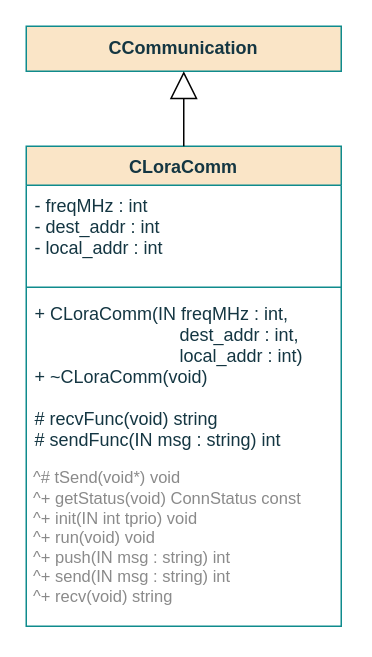
Before: page "Class" (1 of 4) of documentation/flowcharts/02Classes/CLoraComm.drawio in ESRGgroup9/slipad, a draw.io diagram. Source tidied: cells renumbered, new cells numbered last; positions are measured from the earlier drawing's top-left corner, leaving out a move shared by most shapes. Both pictures are drawn from the tidied source at 150%, with x=0, y=0 at pixel (26, 26).
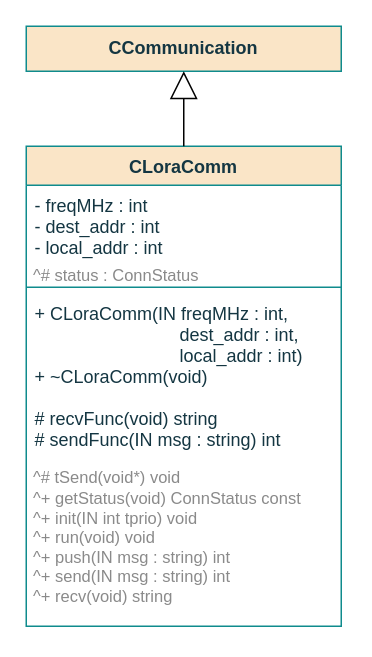
The same diagram, later.

Change to the diagram source:
```diff
@@
 <mxGraphModel>
   <root>
     <mxCell id="0" />
     <mxCell id="1" parent="0" />
     <mxCell id="2" value="CLoraComm" style="swimlane;fontStyle=1;align=center;verticalAlign=top;horizontal=1;startSize=26;fillColor=#FAE5C7;strokeColor=#0F8B8D;fontColor=#143642;" parent="1" vertex="1">
       <mxGeometry y="80" width="210" height="320" as="geometry" />
     </mxCell>
     <mxCell id="3" value="- freqMHz : int&#10;- dest_addr : int&#10;- local_addr : int&#10;&#10;&#10;&#10;&#10;&#10;" style="text;strokeColor=none;fillColor=none;align=left;verticalAlign=top;spacingLeft=4;spacingRight=4;overflow=hidden;fontColor=#143642;" parent="2" vertex="1">
       <mxGeometry y="26" width="210" height="64" as="geometry" />
     </mxCell>
     <mxCell id="4" style="line;strokeWidth=1;fillColor=none;align=left;verticalAlign=middle;spacingTop=-1;spacingLeft=3;spacingRight=3;labelPosition=right;labelBackgroundColor=#DAD2D8;strokeColor=#0F8B8D;fontColor=#143642;" parent="2" vertex="1">
       <mxGeometry y="90" width="210" height="8" as="geometry" />
     </mxCell>
     <mxCell id="5" value="+ CLoraComm(IN freqMHz : int,&#10;                             dest_addr : int,&#10;                             local_addr : int)&#10;+ ~CLoraComm(void)&#10;&#10;# recvFunc(void) string&#10;# sendFunc(IN msg : string) int &#10;&#10;&#10;&#10;" style="text;strokeColor=none;fillColor=none;align=left;verticalAlign=top;spacingLeft=4;spacingRight=4;overflow=hidden;fontColor=#143642;" parent="2" vertex="1">
       <mxGeometry y="98" width="210" height="222" as="geometry" />
     </mxCell>
     <mxCell id="6" value="CCommunication" style="rounded=0;whiteSpace=wrap;html=1;sketch=0;fontColor=#143642;strokeColor=#0F8B8D;fillColor=#FAE5C7;fontStyle=1;" parent="1" vertex="1">
       <mxGeometry width="210" height="30" as="geometry" />
     </mxCell>
     <mxCell id="7" style="endArrow=block;endSize=16;endFill=0;html=1;rounded=0;exitX=0.5;exitY=0;exitDx=0;exitDy=0;entryX=0.5;entryY=1;entryDx=0;entryDy=0;" parent="1" edge="1" source="2" target="6">
       <mxGeometry relative="1" as="geometry" />
     </mxCell>
     <mxCell id="8" value="&lt;div style=&quot;font-size: 11px&quot;&gt;&lt;font style=&quot;font-size: 11px&quot; color=&quot;#8A8A8A&quot;&gt;^# tSend(void*) void&lt;br&gt;&lt;/font&gt;&lt;/div&gt;&lt;div style=&quot;font-size: 11px&quot;&gt;&lt;font style=&quot;font-size: 11px&quot; color=&quot;#8A8A8A&quot;&gt;^+ getStatus(void) ConnStatus const&lt;br style=&quot;font-size: 11px&quot;&gt;&lt;/font&gt;&lt;/div&gt;&lt;div style=&quot;font-size: 11px&quot;&gt;&lt;div style=&quot;font-size: 11px&quot;&gt;&lt;font style=&quot;font-size: 11px&quot; color=&quot;#8A8A8A&quot;&gt;^+ init(IN int tprio) void&lt;/font&gt;&lt;/div&gt;&lt;font style=&quot;font-size: 11px&quot; color=&quot;#8A8A8A&quot;&gt;^+ run(void) void&lt;/font&gt;&lt;/div&gt;&lt;font style=&quot;font-size: 11px&quot; color=&quot;#8A8A8A&quot;&gt;^+ push(IN msg : string) int&lt;br style=&quot;font-size: 11px&quot;&gt;^+ send(IN msg : string) int&lt;br style=&quot;font-size: 11px&quot;&gt;^+ recv(void) string&lt;/font&gt;" style="text;html=1;align=left;verticalAlign=middle;strokeColor=none;fillColor=none;opacity=10;fontSize=11;" parent="1" vertex="1">
       <mxGeometry x="3" y="286" width="210" height="110" as="geometry" />
     </mxCell>
+    <mxCell id="9" value="&lt;br&gt;&lt;div&gt;&lt;font style=&quot;font-size: 11px&quot; color=&quot;#8A8A8A&quot;&gt;^# status : ConnStatus&lt;br&gt;&lt;/font&gt;&lt;/div&gt;" style="text;html=1;align=left;verticalAlign=middle;strokeColor=none;fillColor=none;opacity=10;fontSize=11;" parent="1" vertex="1">
+      <mxGeometry x="3" y="144" width="140" height="30" as="geometry" />
+    </mxCell>
   </root>
 </mxGraphModel>
```
